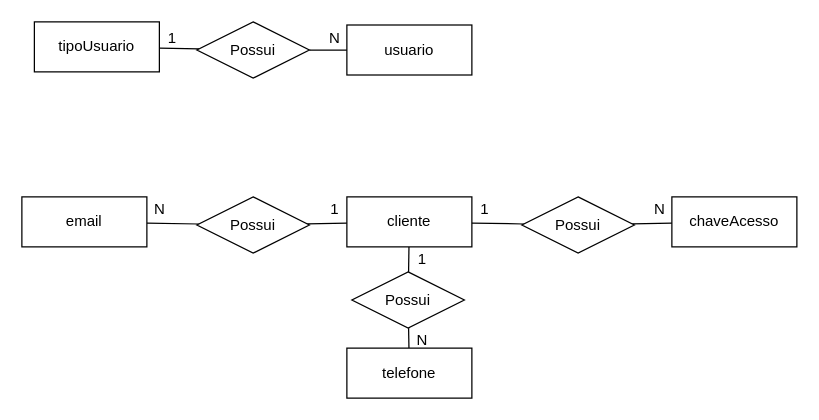
The draw.io diagram page "DER" (2 of 4) of Der.drawio in LimaGustav/BlockTime, before the edit. Source tidied: cells renumbered, new cells numbered last; positions are measured from the earlier drawing's top-left corner, leaving out a move shared by most shapes. Both pictures are drawn from the tidied source at 125%, with x=0, y=0 at pixel (21, 21).
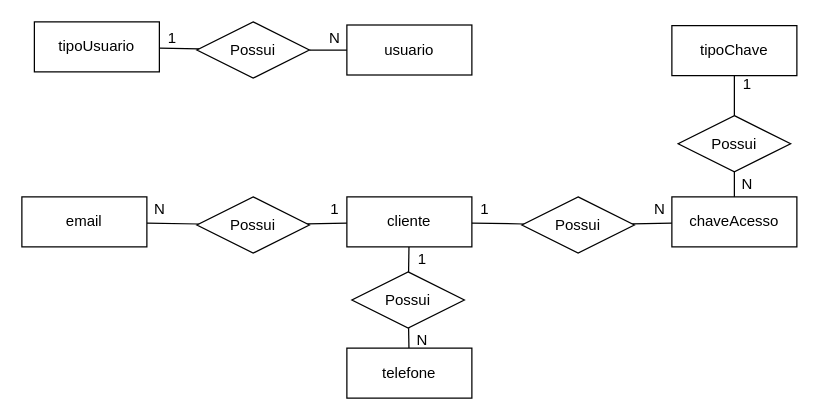
The same diagram, later.

Unchanged cells that the change refers to:
```xml
<mxCell id="22" value="chaveAcesso" style="whiteSpace=wrap;html=1;align=center;" parent="1" vertex="1">
  <mxGeometry x="520" y="140" width="100" height="40" as="geometry" />
</mxCell>
```

Diff of the diagram source:
```diff
@@
+    <mxCell id="28" style="edgeStyle=orthogonalEdgeStyle;rounded=0;jettySize=auto;html=1;endArrow=none;endFill=0;" parent="1" edge="1" source="22" target="31">
+      <mxGeometry relative="1" as="geometry" />
+    </mxCell>
@@
+    <mxCell id="29" value="tipoChave" style="whiteSpace=wrap;html=1;align=center;" parent="1" vertex="1">
+      <mxGeometry x="520" y="3" width="100" height="40" as="geometry" />
+    </mxCell>
+    <mxCell id="30" style="edgeStyle=orthogonalEdgeStyle;rounded=0;jettySize=auto;html=1;endArrow=none;endFill=0;" parent="1" edge="1" source="31" target="29">
+      <mxGeometry relative="1" as="geometry" />
+    </mxCell>
+    <mxCell id="31" value="Possui" style="shape=rhombus;perimeter=rhombusPerimeter;whiteSpace=wrap;html=1;align=center;" parent="1" vertex="1">
+      <mxGeometry x="525" y="75" width="90" height="45" as="geometry" />
+    </mxCell>
+    <mxCell id="32" value="N" style="text;html=1;align=center;verticalAlign=middle;strokeColor=none;fillColor=none;" parent="1" vertex="1">
+      <mxGeometry x="570" y="120" width="20" height="20" as="geometry" />
+    </mxCell>
+    <mxCell id="33" value="1" style="text;html=1;align=center;verticalAlign=middle;strokeColor=none;fillColor=none;" parent="1" vertex="1">
+      <mxGeometry x="570" y="40" width="20" height="20" as="geometry" />
+    </mxCell>
```
